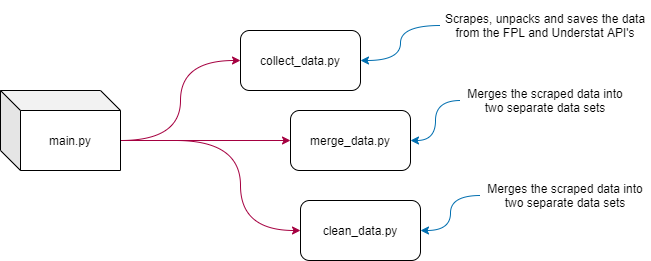
Fransie-dev/FPL-Ensembling keeps this draw.io diagram as fig/flow_img.png. Above is the earlier version. Source tidied: cells renumbered, new cells last; positions are measured from the earlier drawing's top-left corner, leaving out a move shared by most shapes.
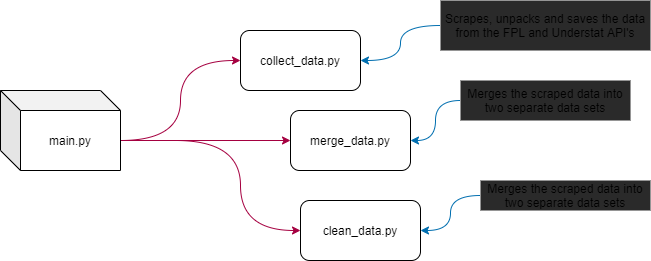
After the commit.

Commit message:
updt fig

The edit, as a diff of the source:
```diff
@@ -35,16 +35,16 @@
     <mxCell id="10" style="edgeStyle=orthogonalEdgeStyle;curved=1;jettySize=auto;html=1;entryX=1;entryY=0.5;entryDx=0;entryDy=0;fontColor=#FF0000;fillColor=#1ba1e2;strokeColor=#006EAF;" parent="1" edge="1" source="12" target="3">
       <mxGeometry relative="1" as="geometry" />
     </mxCell>
-    <mxCell id="11" value="Scrapes, unpacks and saves the data from the FPL and Understat API's" style="text;html=1;strokeColor=none;fillColor=none;align=center;verticalAlign=middle;whiteSpace=wrap;rounded=0;" parent="1" vertex="1">
+    <mxCell id="11" value="Scrapes, unpacks and saves the data from the FPL and Understat API's" style="text;html=1;strokeColor=none;align=center;verticalAlign=middle;whiteSpace=wrap;rounded=0;fillColor=#2a2a2a;" parent="1" vertex="1">
       <mxGeometry x="440" width="210" height="50" as="geometry" />
     </mxCell>
-    <mxCell id="12" value="Merges the scraped data into two separate data sets" style="text;html=1;strokeColor=none;fillColor=none;align=center;verticalAlign=middle;whiteSpace=wrap;rounded=0;" parent="1" vertex="1">
+    <mxCell id="12" value="Merges the scraped data into two separate data sets" style="text;html=1;strokeColor=none;align=center;verticalAlign=middle;whiteSpace=wrap;rounded=0;fillColor=#2a2a2a;" parent="1" vertex="1">
       <mxGeometry x="460" y="80" width="170" height="40" as="geometry" />
     </mxCell>
     <mxCell id="13" style="edgeStyle=orthogonalEdgeStyle;curved=1;jettySize=auto;html=1;entryX=1;entryY=0.5;entryDx=0;entryDy=0;fontColor=#FF0000;fillColor=#1ba1e2;strokeColor=#006EAF;" parent="1" edge="1" source="14" target="4">
       <mxGeometry relative="1" as="geometry" />
     </mxCell>
-    <mxCell id="14" value="Merges the scraped data into two separate data sets" style="text;html=1;strokeColor=none;fillColor=none;align=center;verticalAlign=middle;whiteSpace=wrap;rounded=0;" parent="1" vertex="1">
+    <mxCell id="14" value="Merges the scraped data into two separate data sets" style="text;html=1;strokeColor=none;align=center;verticalAlign=middle;whiteSpace=wrap;rounded=0;fillColor=#2a2a2a;" parent="1" vertex="1">
       <mxGeometry x="480" y="180" width="170" height="30" as="geometry" />
     </mxCell>
   </root>
```
